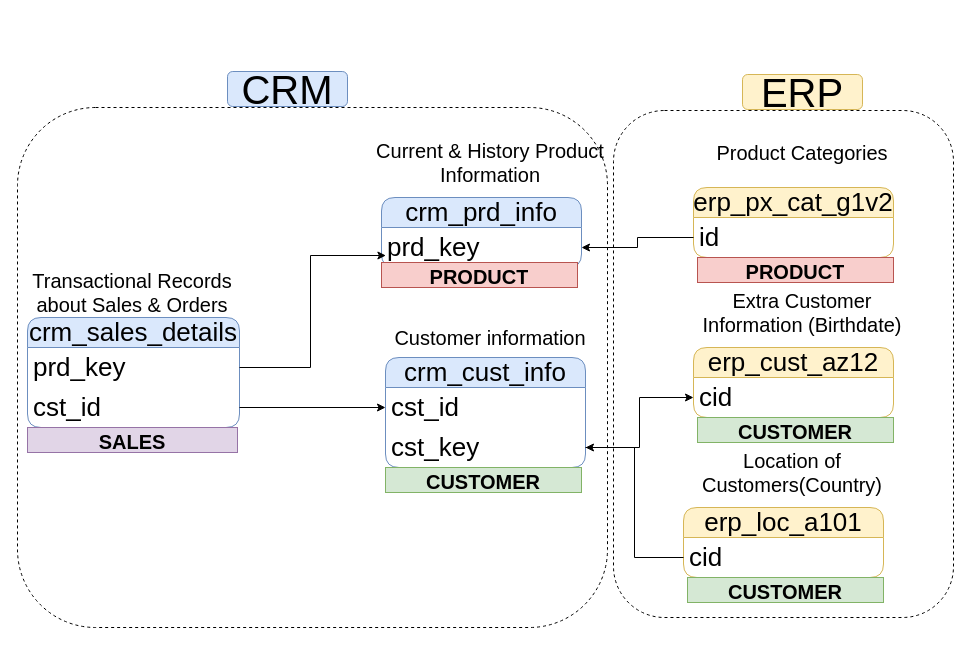
This is Diagramme sans nom.drawio from hocine-drioueche/sql-data-warehouse-project, a draw.io file, before an edit. Source tidied: cells renumbered, new cells numbered last; positions are measured from the earlier drawing's top-left corner, leaving out a move shared by most shapes. Both pictures are drawn from the tidied source at 100%, with x=0, y=0 at pixel (17, 71).
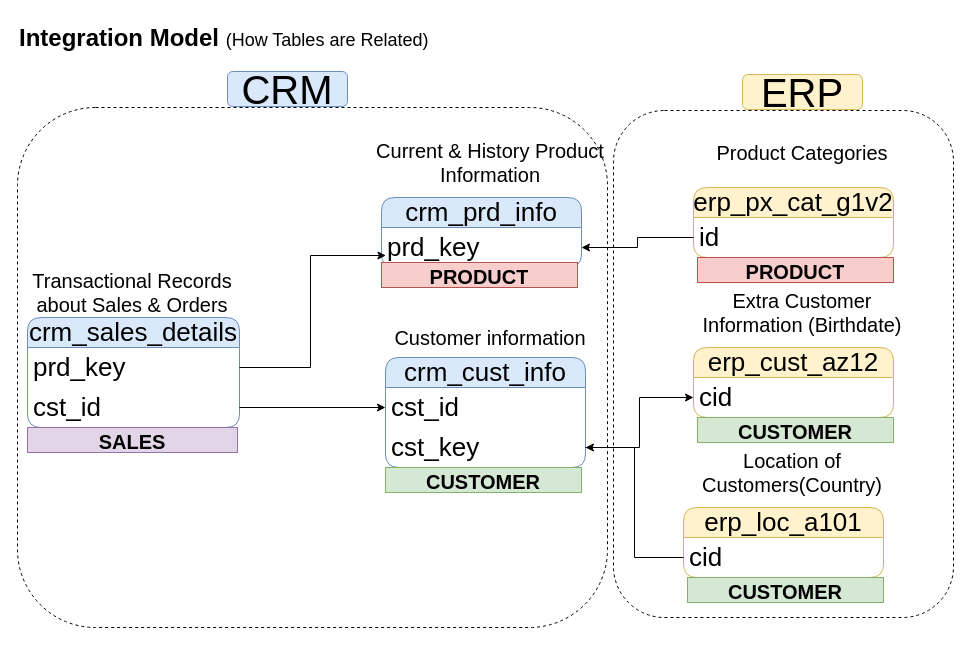
The same page after the edit.

Commit message:
Mettre à jour Diagramme sans nom.drawio

What changed in the source:
```diff
@@
+    <mxCell id="37" value="&lt;h1 style=&quot;margin-top: 0px;&quot;&gt;Integration Model &lt;span style=&quot;font-weight: normal;&quot;&gt;&lt;font style=&quot;font-size: 18px;&quot;&gt;(How Tables are Related)&lt;/font&gt;&lt;/span&gt;&lt;/h1&gt;" style="text;html=1;whiteSpace=wrap;overflow=hidden;rounded=0;" parent="1" vertex="1">
+      <mxGeometry y="-54" width="540" height="44" as="geometry" />
+    </mxCell>
```
